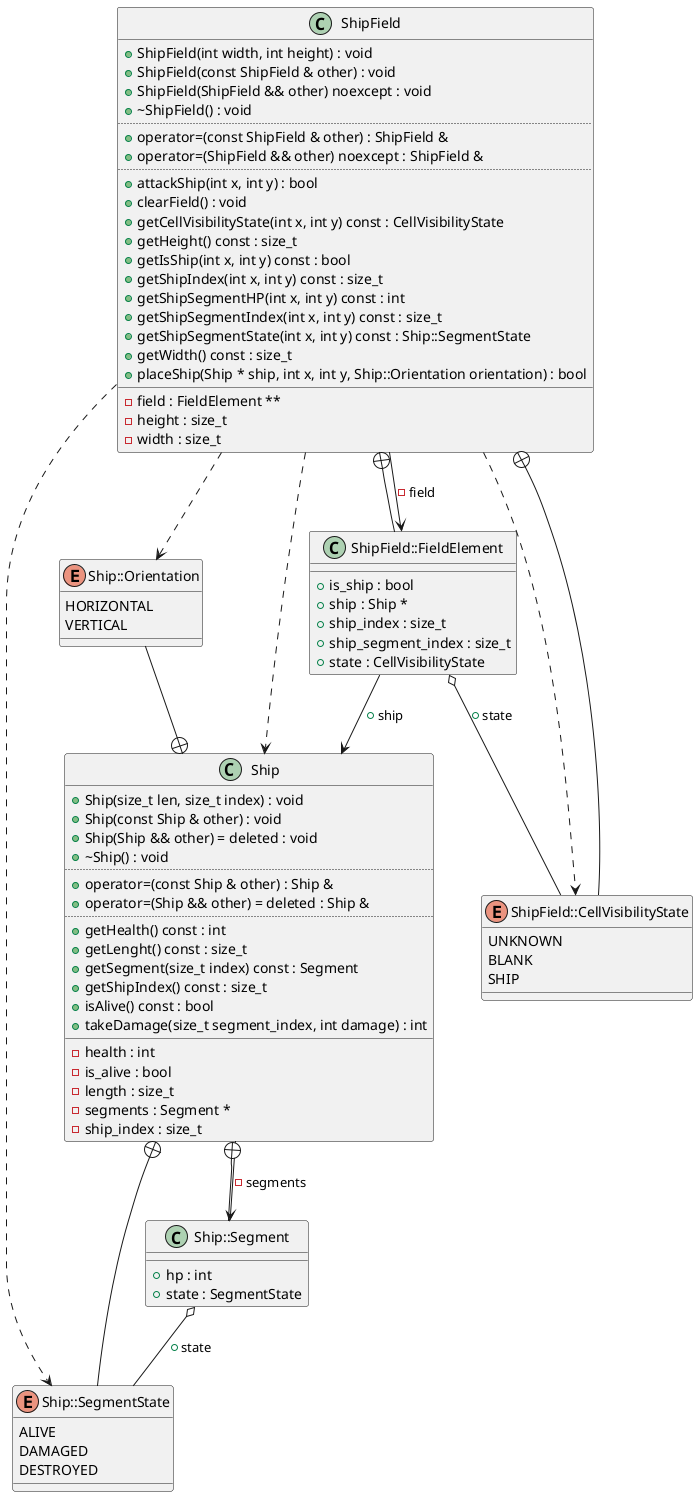
This is diagrams/ShipField.png from Rennelv/ships, a PlantUML export, as it was before one commit. Its diagram source:
```plantuml
@startuml
class "Ship" as C_0014529657433315016423
class C_0014529657433315016423 {
+Ship(size_t len, size_t index) : void
+Ship(const Ship & other) : void
+Ship(Ship && other) = deleted : void
+~Ship() : void
..
+operator=(const Ship & other) : Ship &
+operator=(Ship && other) = deleted : Ship &
..
+getHealth() const : int
+getLenght() const : size_t
+getSegment(size_t index) const : Segment
+getShipIndex() const : size_t
+isAlive() const : bool
+takeDamage(size_t segment_index, int damage) : int
__
-health : int
-is_alive : bool
-length : size_t
-segments : Segment *
-ship_index : size_t
}
enum "Ship::SegmentState" as C_0016593760204207859148
enum C_0016593760204207859148 {
ALIVE
DAMAGED
DESTROYED
}
class "Ship::Segment" as C_0000674658759292391449
class C_0000674658759292391449 {
__
+hp : int
+state : SegmentState
}
enum "Ship::Orientation" as C_0015200704647938469073
enum C_0015200704647938469073 {
HORIZONTAL
VERTICAL
}
class "ShipField" as C_0003843296779074973901
class C_0003843296779074973901 {
+ShipField(int width, int height) : void
+ShipField(const ShipField & other) : void
+ShipField(ShipField && other) noexcept : void
+~ShipField() : void
..
+operator=(const ShipField & other) : ShipField &
+operator=(ShipField && other) noexcept : ShipField &
..
+attackShip(int x, int y) : bool
+clearField() : void
+getCellVisibilityState(int x, int y) const : CellVisibilityState
+getHeight() const : size_t
+getIsShip(int x, int y) const : bool
+getShipIndex(int x, int y) const : size_t
+getShipSegmentHP(int x, int y) const : int
+getShipSegmentIndex(int x, int y) const : size_t
+getShipSegmentState(int x, int y) const : Ship::SegmentState
+getWidth() const : size_t
+placeShip(Ship * ship, int x, int y, Ship::Orientation orientation) : bool
__
-field : FieldElement **
-height : size_t
-width : size_t
}
enum "ShipField::CellVisibilityState" as C_0014337503322603405869
enum C_0014337503322603405869 {
UNKNOWN
BLANK
SHIP
}
class "ShipField::FieldElement" as C_0000316359785794417378
class C_0000316359785794417378 {
__
+is_ship : bool
+ship : Ship *
+ship_index : size_t
+ship_segment_index : size_t
+state : CellVisibilityState
}
C_0014529657433315016423 --> C_0000674658759292391449 : -segments
C_0016593760204207859148 --+ C_0014529657433315016423
C_0000674658759292391449 --+ C_0014529657433315016423
C_0000674658759292391449 o-- C_0016593760204207859148 : +state
C_0015200704647938469073 --+ C_0014529657433315016423
C_0003843296779074973901 ..> C_0014337503322603405869
C_0003843296779074973901 ..> C_0016593760204207859148
C_0003843296779074973901 ..> C_0014529657433315016423
C_0003843296779074973901 ..> C_0015200704647938469073
C_0003843296779074973901 --> C_0000316359785794417378 : -field
C_0014337503322603405869 --+ C_0003843296779074973901
C_0000316359785794417378 --+ C_0003843296779074973901
C_0000316359785794417378 o-- C_0014337503322603405869 : +state
C_0000316359785794417378 --> C_0014529657433315016423 : +ship

@enduml
```
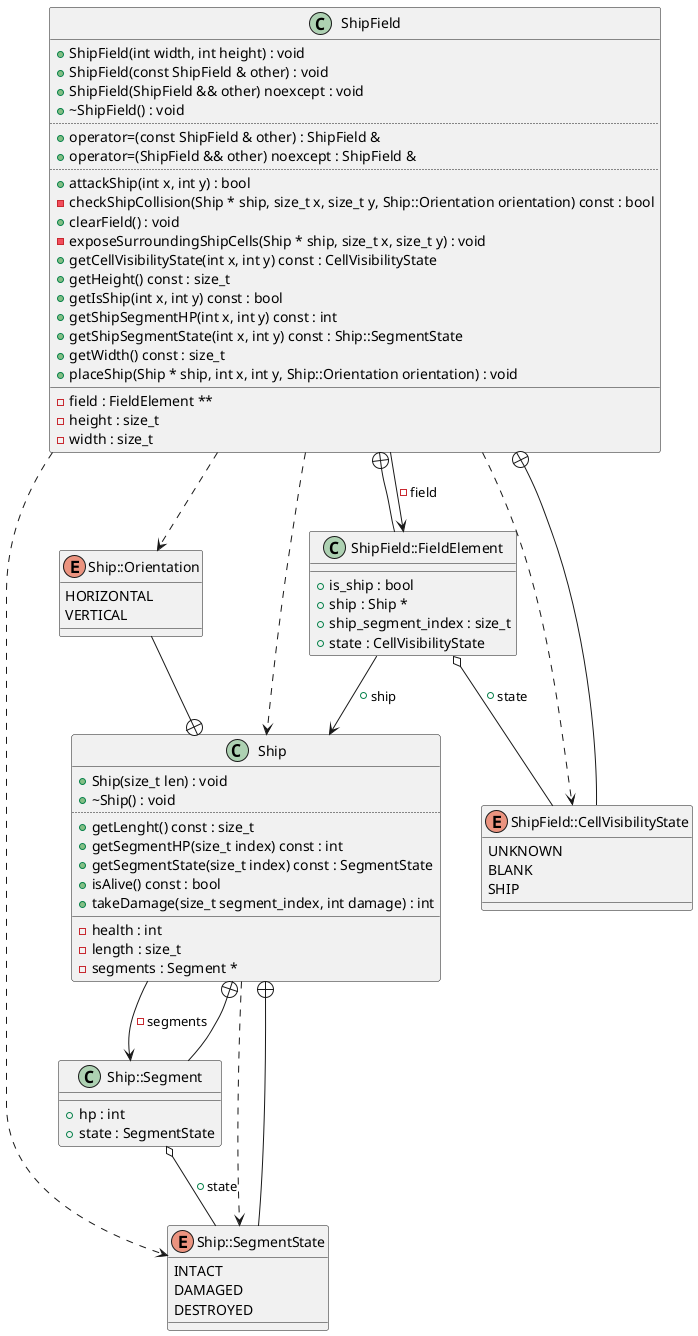
After the commit.

The edit, as a diff of the source:
```diff
@@ -1,43 +1,35 @@
 @startuml
 class "Ship" as C_0014529657433315016423
 class C_0014529657433315016423 {
-+Ship(size_t len, size_t index) : void
-+Ship(const Ship & other) : void
-+Ship(Ship && other) = deleted : void
++Ship(size_t len) : void
 +~Ship() : void
 ..
-+operator=(const Ship & other) : Ship &
-+operator=(Ship && other) = deleted : Ship &
-..
-+getHealth() const : int
 +getLenght() const : size_t
-+getSegment(size_t index) const : Segment
-+getShipIndex() const : size_t
++getSegmentHP(size_t index) const : int
++getSegmentState(size_t index) const : SegmentState
 +isAlive() const : bool
 +takeDamage(size_t segment_index, int damage) : int
 __
 -health : int
--is_alive : bool
 -length : size_t
 -segments : Segment *
--ship_index : size_t
 }
 enum "Ship::SegmentState" as C_0016593760204207859148
 enum C_0016593760204207859148 {
-ALIVE
+INTACT
 DAMAGED
 DESTROYED
+}
+enum "Ship::Orientation" as C_0015200704647938469073
+enum C_0015200704647938469073 {
+HORIZONTAL
+VERTICAL
 }
 class "Ship::Segment" as C_0000674658759292391449
 class C_0000674658759292391449 {
 __
 +hp : int
 +state : SegmentState
-}
-enum "Ship::Orientation" as C_0015200704647938469073
-enum C_0015200704647938469073 {
-HORIZONTAL
-VERTICAL
 }
 class "ShipField" as C_0003843296779074973901
 class C_0003843296779074973901 {
@@ -50,16 +42,16 @@
 +operator=(ShipField && other) noexcept : ShipField &
 ..
 +attackShip(int x, int y) : bool
+-checkShipCollision(Ship * ship, size_t x, size_t y, Ship::Orientation orientation) const : bool
 +clearField() : void
+-exposeSurroundingShipCells(Ship * ship, size_t x, size_t y) : void
 +getCellVisibilityState(int x, int y) const : CellVisibilityState
 +getHeight() const : size_t
 +getIsShip(int x, int y) const : bool
-+getShipIndex(int x, int y) const : size_t
 +getShipSegmentHP(int x, int y) const : int
-+getShipSegmentIndex(int x, int y) const : size_t
 +getShipSegmentState(int x, int y) const : Ship::SegmentState
 +getWidth() const : size_t
-+placeShip(Ship * ship, int x, int y, Ship::Orientation orientation) : bool
++placeShip(Ship * ship, int x, int y, Ship::Orientation orientation) : void
 __
 -field : FieldElement **
 -height : size_t
@@ -76,19 +68,19 @@
 __
 +is_ship : bool
 +ship : Ship *
-+ship_index : size_t
 +ship_segment_index : size_t
 +state : CellVisibilityState
 }
+C_0014529657433315016423 ..> C_0016593760204207859148
 C_0014529657433315016423 --> C_0000674658759292391449 : -segments
 C_0016593760204207859148 --+ C_0014529657433315016423
+C_0015200704647938469073 --+ C_0014529657433315016423
 C_0000674658759292391449 --+ C_0014529657433315016423
 C_0000674658759292391449 o-- C_0016593760204207859148 : +state
-C_0015200704647938469073 --+ C_0014529657433315016423
+C_0003843296779074973901 ..> C_0014529657433315016423
+C_0003843296779074973901 ..> C_0015200704647938469073
 C_0003843296779074973901 ..> C_0014337503322603405869
 C_0003843296779074973901 ..> C_0016593760204207859148
-C_0003843296779074973901 ..> C_0014529657433315016423
-C_0003843296779074973901 ..> C_0015200704647938469073
 C_0003843296779074973901 --> C_0000316359785794417378 : -field
 C_0014337503322603405869 --+ C_0003843296779074973901
 C_0000316359785794417378 --+ C_0003843296779074973901
```
